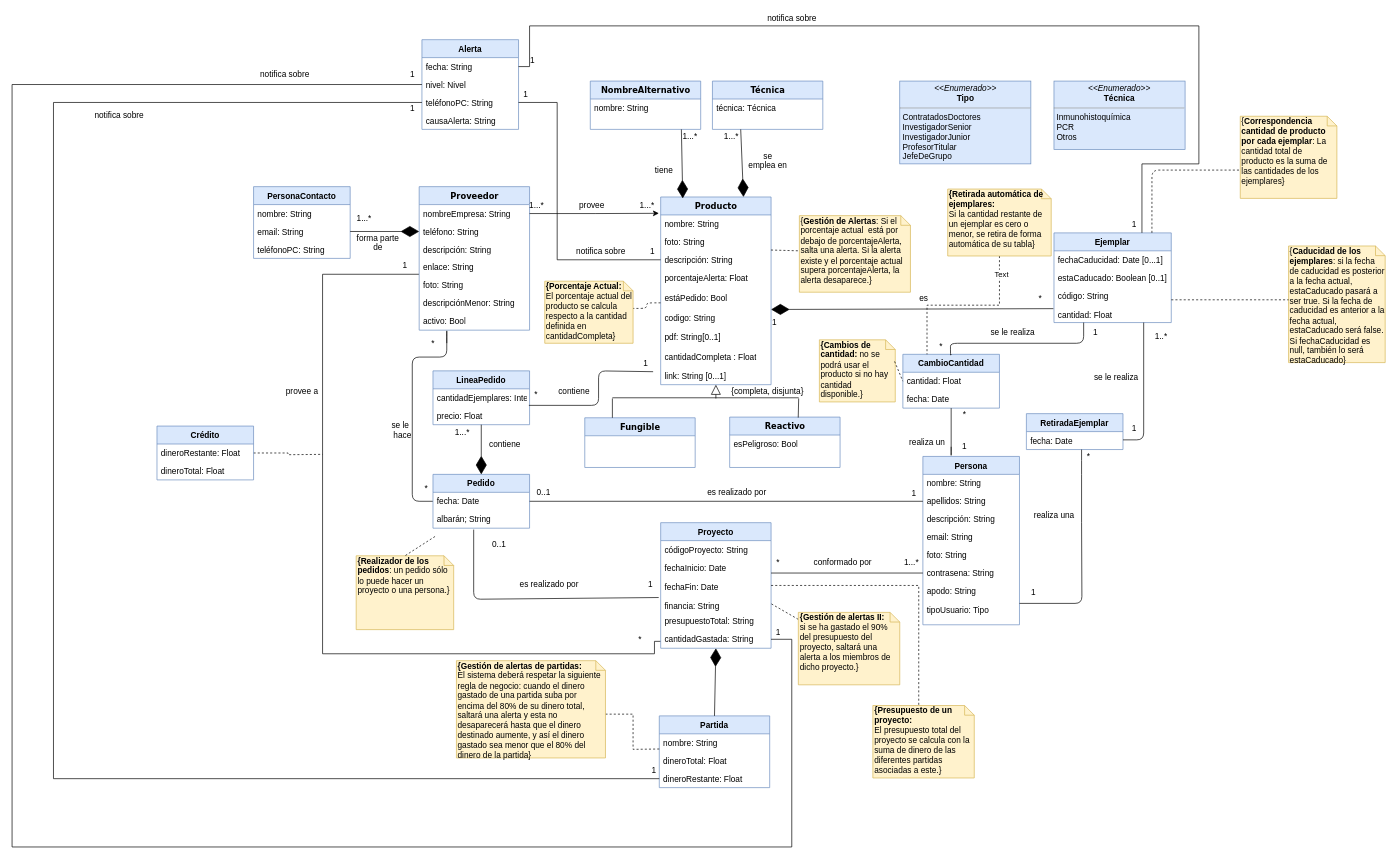
This is MC_Labov3.drawio from Franbr31/IR-project, a draw.io file, before an edit. Source tidied: cells renumbered, new cells numbered last; positions are measured from the earlier drawing's top-left corner, leaving out a move shared by most shapes. Both pictures are drawn from the tidied source at 69%, with x=0, y=0 at pixel (12, 12).
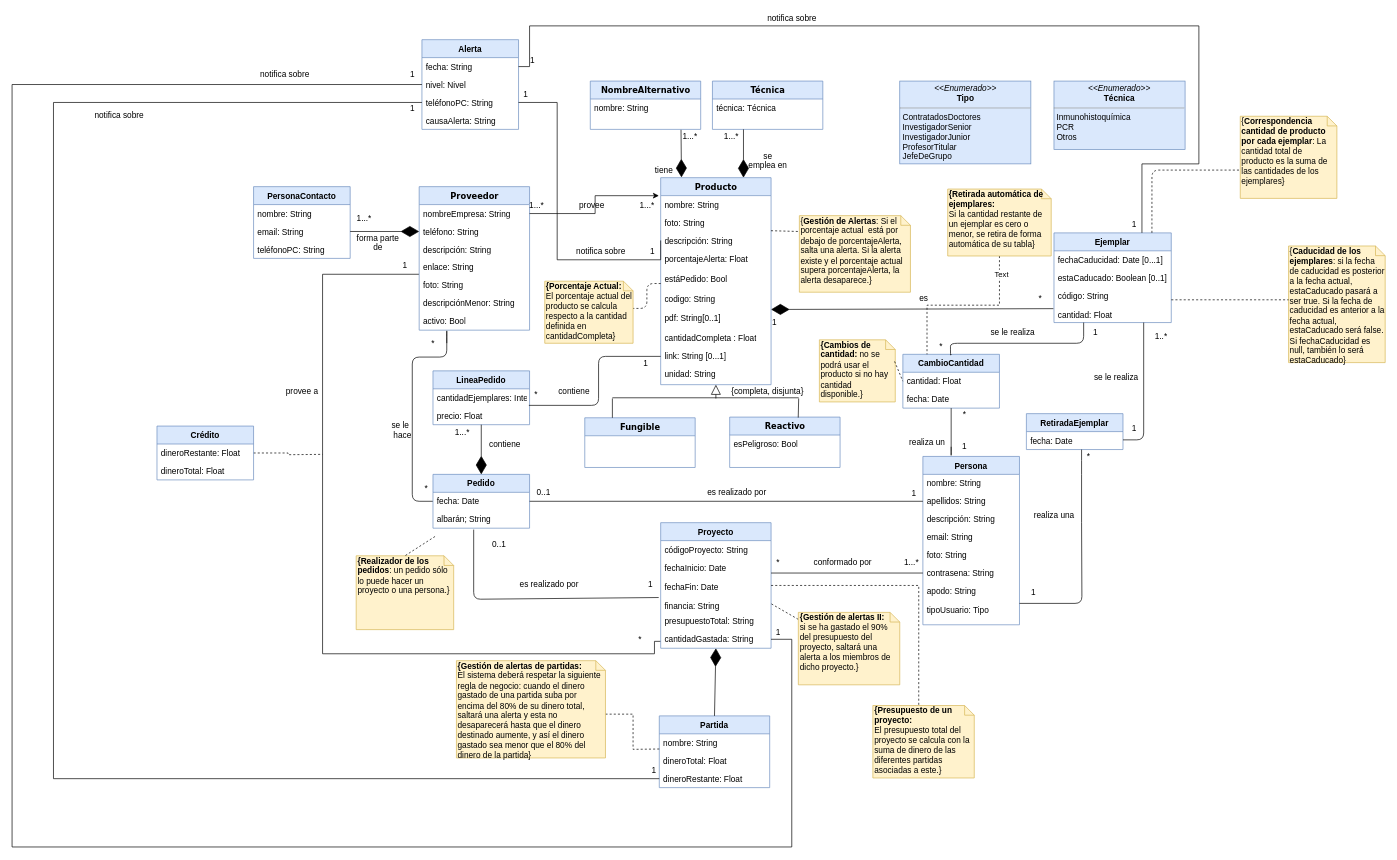
Above is the later version.

The change refers to these unchanged cells:
```xml
<mxCell id="18" value="link: String [0...1]" style="text;html=1;strokeColor=none;fillColor=none;align=left;verticalAlign=top;spacingLeft=4;spacingRight=4;whiteSpace=wrap;overflow=hidden;points=[[0,0.5],[1,0.5]];portConstraint=eastwest;" parent="12" vertex="1">
  <mxGeometry y="246" width="160" height="26" as="geometry" />
</mxCell>
<mxCell id="67" value="1...*" style="text;html=1;points=[];align=left;verticalAlign=top;spacingTop=-4;" parent="1" vertex="1">
  <mxGeometry x="970" y="170" width="40" height="20" as="geometry" />
</mxCell>
<mxCell id="91" value="1" style="text;html=1;align=center;verticalAlign=middle;points=[];" parent="1" vertex="1">
  <mxGeometry x="908" y="500" width="20" height="20" as="geometry" />
</mxCell>
<mxCell id="101" value="tiene" style="text;html=1;points=[];align=left;verticalAlign=top;spacingTop=-4;" parent="1" vertex="1">
  <mxGeometry x="930" y="220" width="40" height="20" as="geometry" />
</mxCell>
```

What changed in the source:
```diff
@@
     <mxCell id="12" value="Producto" style="swimlane;html=1;fontStyle=1;align=center;verticalAlign=top;horizontal=1;startSize=26;swimlaneFillColor=#ffffff;rounded=0;shadow=0;comic=0;labelBackgroundColor=none;strokeWidth=1;fillColor=#dae8fc;fontFamily=Verdana;fontSize=12;strokeColor=#6c8ebf;" parent="1" vertex="1">
-      <mxGeometry x="940" y="268" width="160" height="272" as="geometry" />
+      <mxGeometry x="940" y="240" width="160" height="300" as="geometry" />
     </mxCell>
@@
+    <mxCell id="174" value="unidad: String" style="text;html=1;strokeColor=none;fillColor=none;align=left;verticalAlign=top;spacingLeft=4;spacingRight=4;whiteSpace=wrap;overflow=hidden;" parent="12" vertex="1">
+      <mxGeometry y="272" width="160" height="26" as="geometry" />
+    </mxCell>
@@
-    <mxCell id="62" style="endArrow=diamondThin;endFill=1;endSize=24;html=1;" parent="1" edge="1">
-      <mxGeometry relative="1" as="geometry">
-        <mxPoint x="970" y="170" as="sourcePoint" />
-        <mxPoint x="972" y="270" as="targetPoint" />
-      </mxGeometry>
+    <mxCell id="62" style="endArrow=diamondThin;endFill=1;endSize=24;html=1;entryX=1.004;entryY=0.981;entryDx=0;entryDy=0;exitX=-0.013;exitY=0.033;exitDx=0;exitDy=0;exitPerimeter=0;entryPerimeter=0;" parent="1" edge="1" source="67" target="101">
+      <mxGeometry relative="1" as="geometry" />
     </mxCell>
@@
-    <mxCell id="81" style="endArrow=none;html=1;entryX=1.054;entryY=1.059;entryDx=0;entryDy=0;entryPerimeter=0;" parent="1" edge="1" target="91">
+    <mxCell id="81" style="endArrow=none;html=1;entryX=0;entryY=0.5;entryDx=0;entryDy=0;" parent="1" edge="1" target="18">
       <mxGeometry relative="1" as="geometry">
         <mxPoint x="749" y="570" as="sourcePoint" />
         <Array as="points">
           <mxPoint x="850" y="570" />
-          <mxPoint x="850" y="520" />
+          <mxPoint x="850" y="499" />
         </Array>
       </mxGeometry>
     </mxCell>
@@
-    <mxCell id="96" style="endArrow=diamondThin;endFill=1;endSize=24;html=1;exitX=0.25;exitY=1;exitDx=0;exitDy=0;" parent="1" edge="1">
+    <mxCell id="96" style="endArrow=diamondThin;endFill=1;endSize=24;html=1;entryX=0.75;entryY=0;entryDx=0;entryDy=0;" parent="1" edge="1" target="12">
       <mxGeometry relative="1" as="geometry">
-        <mxPoint x="1056" y="170" as="sourcePoint" />
-        <mxPoint x="1060" y="268" as="targetPoint" />
+        <mxPoint x="1060" y="170" as="sourcePoint" />
       </mxGeometry>
     </mxCell>
```
